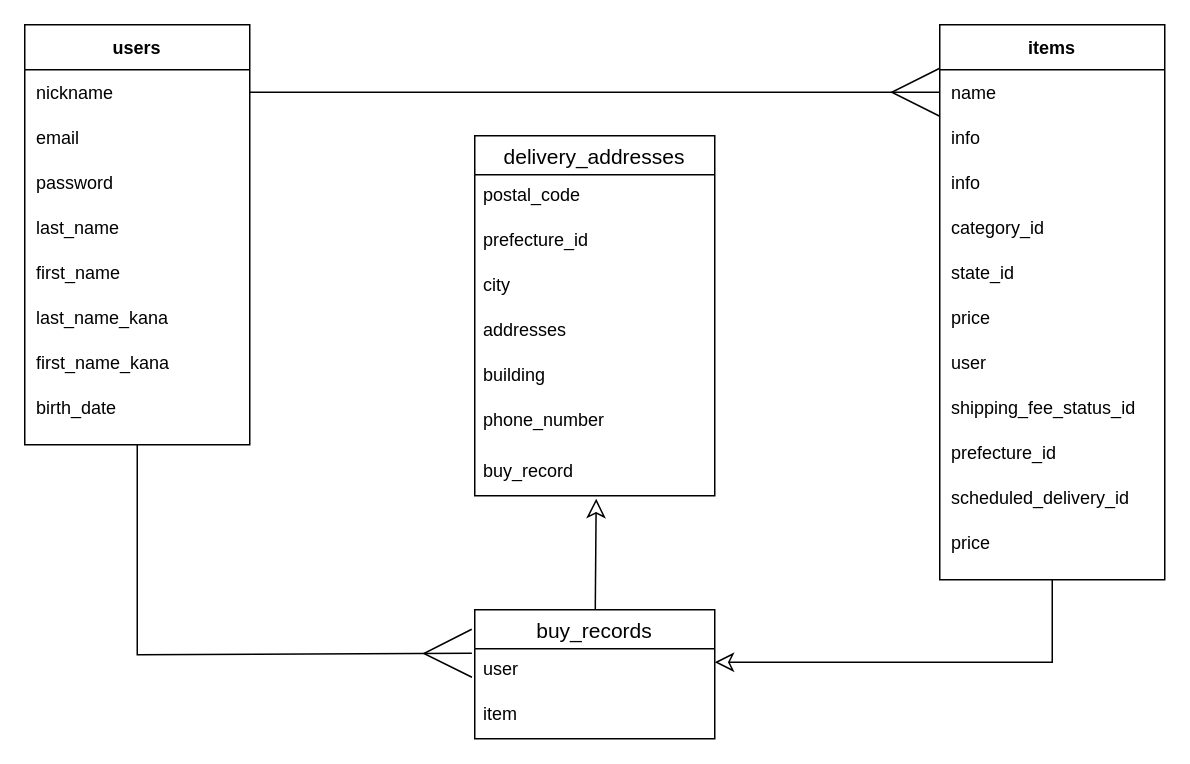
The draw.io diagram ER.dio in yokichioshima/furima-37359, before the edit. Source tidied: cells renumbered, new cells numbered last; positions are measured from the earlier drawing's top-left corner, leaving out a move shared by most shapes. Both pictures are drawn from the tidied source at 150%, with x=0, y=0 at pixel (24, 24).
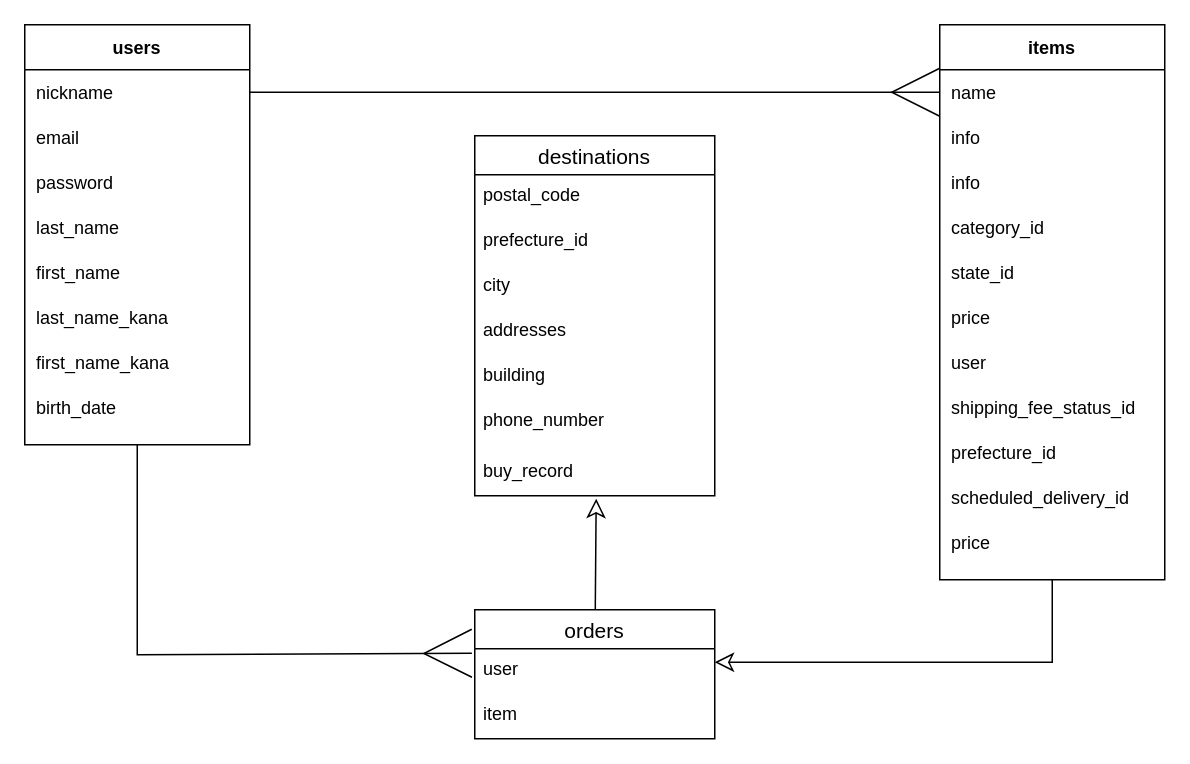
The same diagram, later.

Change to the diagram source:
```diff
@@
-    <mxCell id="44" value="buy_records" style="swimlane;fontStyle=0;horizontal=1;startSize=26;align=center;fontSize=14;" parent="1" vertex="1">
+    <mxCell id="44" value="orders" style="swimlane;fontStyle=0;horizontal=1;startSize=26;align=center;fontSize=14;" parent="1" vertex="1">
       <mxGeometry x="300" y="390" width="160" height="86" as="geometry" />
     </mxCell>
@@
-    <mxCell id="47" value="delivery_addresses" style="swimlane;fontStyle=0;horizontal=1;startSize=26;align=center;fontSize=14;" parent="1" vertex="1">
+    <mxCell id="47" value="destinations" style="swimlane;fontStyle=0;horizontal=1;startSize=26;align=center;fontSize=14;" parent="1" vertex="1">
       <mxGeometry x="300" y="74" width="160" height="240" as="geometry" />
     </mxCell>
```
